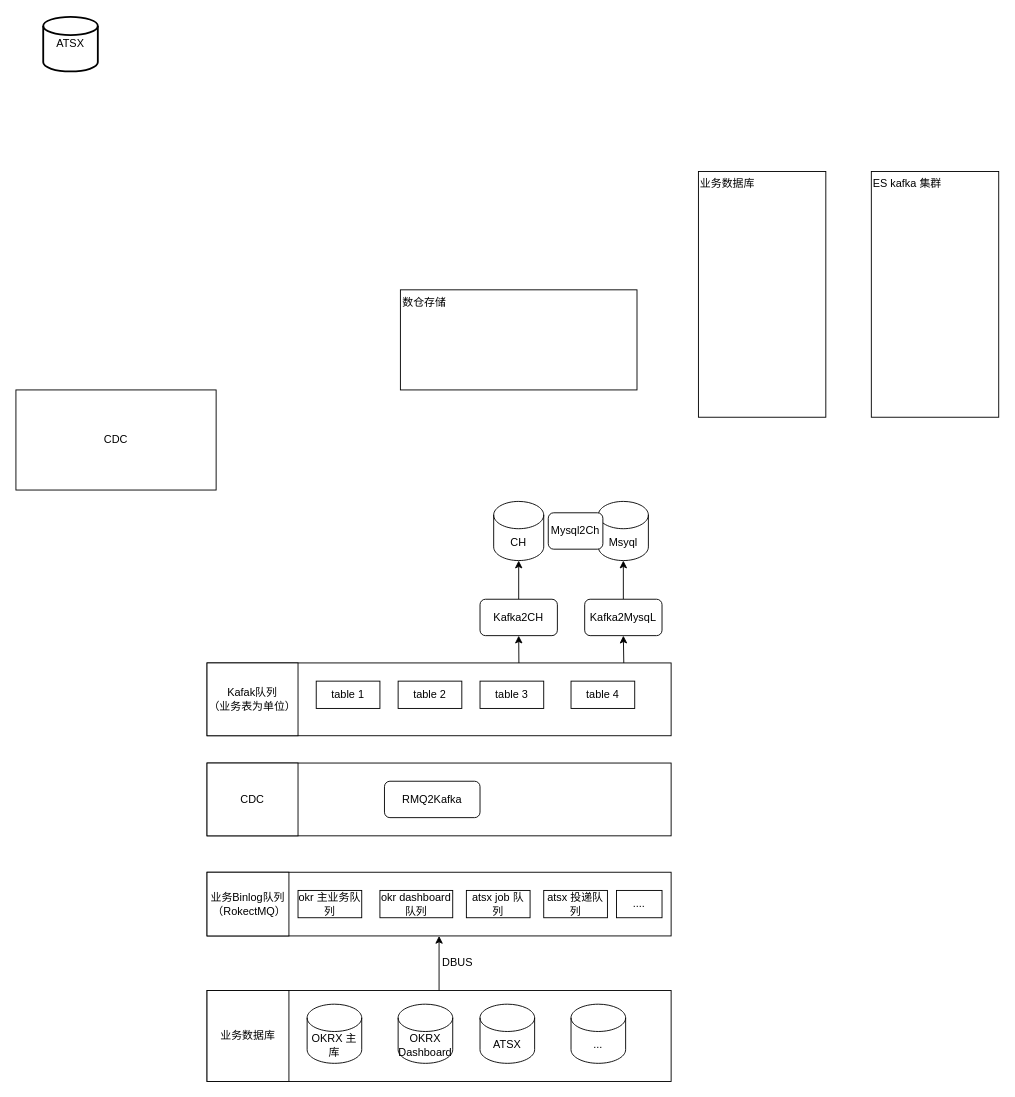
Before: okrx/Untitled Diagram.drawio in cicelprg/drawio, a draw.io diagram. Source tidied: cells renumbered, new cells numbered last; positions are measured from the earlier drawing's top-left corner, leaving out a move shared by most shapes. Both pictures are drawn from the tidied source at 91%, with x=0, y=0 at pixel (15, 16).
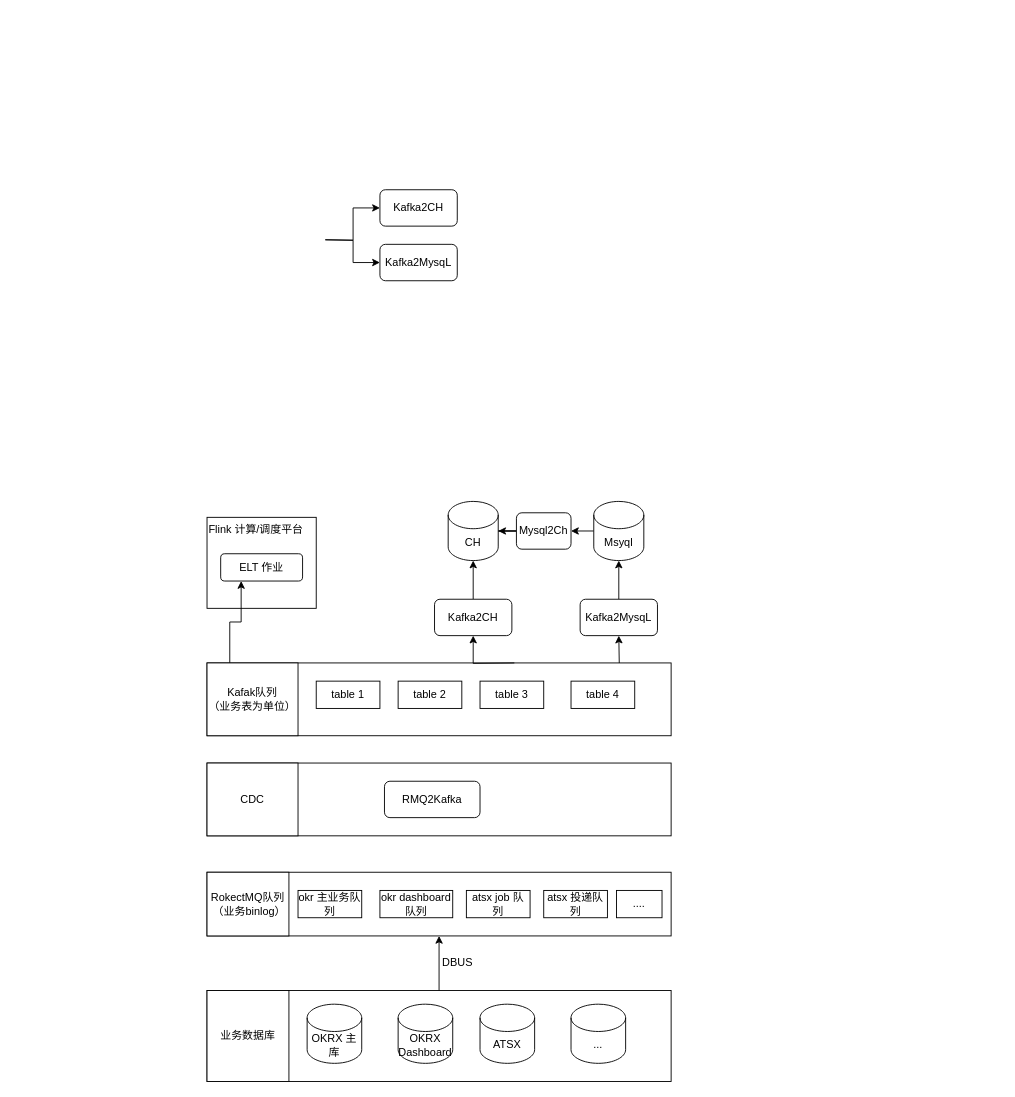
The same page after the edit.

The change refers to these unchanged cells:
```xml
<mxCell id="24" style="rounded=0;whiteSpace=wrap;html=1;strokeWidth=1;fillColor=none;align=left;" parent="1" vertex="1">
  <mxGeometry x="210" y="710" width="510" height="80" as="geometry" />
</mxCell>
<mxCell id="25" value="Kafak队列&lt;br&gt;（业务表为单位）" style="whiteSpace=wrap;html=1;strokeWidth=1;align=center;" parent="1" vertex="1">
  <mxGeometry x="210" y="710" width="100" height="80" as="geometry" />
</mxCell>
```

Diff of the diagram source:
```diff
@@
-    <mxCell id="2" value="业务数据库" style="whiteSpace=wrap;html=1;imageAspect=0;fillColor=none;verticalAlign=top;align=left;" parent="1" vertex="1">
-      <mxGeometry x="750" y="170" width="140" height="270" as="geometry" />
-    </mxCell>
-    <mxCell id="3" value="ATSX" style="strokeWidth=2;html=1;shape=mxgraph.flowchart.database;whiteSpace=wrap;fillColor=none;align=center;" parent="1" vertex="1">
-      <mxGeometry x="30" width="60" height="60" as="geometry" />
-    </mxCell>
-    <mxCell id="4" value="ES kafka 集群" style="whiteSpace=wrap;html=1;imageAspect=0;fillColor=none;verticalAlign=top;align=left;" parent="1" vertex="1">
-      <mxGeometry x="940" y="170" width="140" height="270" as="geometry" />
-    </mxCell>
@@
-    <mxCell id="10" value="业务Binlog队列&lt;br&gt;&amp;nbsp;（RokectMQ）" style="whiteSpace=wrap;html=1;strokeWidth=1;align=center;" parent="1" vertex="1">
+    <mxCell id="10" value="RokectMQ队列&lt;br&gt;&amp;nbsp;（业务binlog）" style="whiteSpace=wrap;html=1;strokeWidth=1;align=center;" parent="1" vertex="1">
       <mxGeometry x="210" y="940" width="90" height="70" as="geometry" />
     </mxCell>
@@
-    <mxCell id="23" style="edgeStyle=orthogonalEdgeStyle;rounded=0;jettySize=auto;html=1;exitX=0.898;exitY=0;exitDx=0;exitDy=0;entryX=0.5;entryY=1;entryDx=0;entryDy=0;strokeWidth=1;exitPerimeter=0;" parent="1" edge="1" source="24" target="38">
-      <mxGeometry relative="1" as="geometry" />
+    <mxCell id="23" style="edgeStyle=orthogonalEdgeStyle;rounded=0;jettySize=auto;html=1;exitX=0.898;exitY=0;exitDx=0;exitDy=0;entryX=0.5;entryY=1;entryDx=0;entryDy=0;strokeWidth=1;exitPerimeter=0;" parent="1" edge="1" target="38">
+      <mxGeometry relative="1" as="geometry">
+        <mxPoint x="663" y="710" as="sourcePoint" />
+      </mxGeometry>
     </mxCell>
@@
+    <mxCell id="40" style="edgeStyle=orthogonalEdgeStyle;rounded=0;jettySize=auto;html=1;exitX=0.25;exitY=0;exitDx=0;exitDy=0;entryX=0.25;entryY=1;entryDx=0;entryDy=0;strokeWidth=1;" parent="1" edge="1" source="25" target="43">
+      <mxGeometry relative="1" as="geometry" />
+    </mxCell>
@@
-    <mxCell id="28" style="edgeStyle=orthogonalEdgeStyle;rounded=0;jettySize=auto;html=1;exitX=0.672;exitY=0;exitDx=0;exitDy=0;entryX=0.5;entryY=1;entryDx=0;entryDy=0;strokeWidth=1;exitPerimeter=0;" parent="1" edge="1" source="24" target="36">
-      <mxGeometry relative="1" as="geometry" />
+    <mxCell id="28" style="edgeStyle=orthogonalEdgeStyle;rounded=0;jettySize=auto;html=1;exitX=0.672;exitY=0;exitDx=0;exitDy=0;entryX=0.5;entryY=1;entryDx=0;entryDy=0;strokeWidth=1;exitPerimeter=0;" parent="1" edge="1" target="36">
+      <mxGeometry relative="1" as="geometry">
+        <mxPoint x="547.7" y="710" as="sourcePoint" />
+      </mxGeometry>
     </mxCell>
@@
     <mxCell id="31" value="CH" style="shape=cylinder3;whiteSpace=wrap;html=1;boundedLbl=1;backgroundOutline=1;size=15;strokeWidth=1;fillColor=#ffffff;align=center;" parent="1" vertex="1">
-      <mxGeometry x="525" y="532.5" width="55" height="65" as="geometry" />
+      <mxGeometry x="475" y="532.5" width="55" height="65" as="geometry" />
     </mxCell>
+    <mxCell id="41" style="edgeStyle=orthogonalEdgeStyle;rounded=0;jettySize=auto;html=1;exitX=0;exitY=0.5;exitDx=0;exitDy=0;exitPerimeter=0;entryX=1;entryY=0.5;entryDx=0;entryDy=0;strokeWidth=1;" parent="1" edge="1" source="32" target="39">
+      <mxGeometry relative="1" as="geometry" />
+    </mxCell>
     <mxCell id="32" value="Msyql" style="shape=cylinder3;whiteSpace=wrap;html=1;boundedLbl=1;backgroundOutline=1;size=15;strokeWidth=1;fillColor=#ffffff;align=center;" parent="1" vertex="1">
-      <mxGeometry x="640" y="532.5" width="55" height="65" as="geometry" />
+      <mxGeometry x="635" y="532.5" width="55" height="65" as="geometry" />
     </mxCell>
-    <mxCell id="33" value="数仓存储" style="rounded=0;whiteSpace=wrap;html=1;strokeWidth=1;align=left;fillColor=none;verticalAlign=top;" parent="1" vertex="1">
-      <mxGeometry x="422.5" y="300" width="260" height="110" as="geometry" />
+    <mxCell id="33" value="Flink 计算/调度平台" style="rounded=0;whiteSpace=wrap;html=1;strokeWidth=1;align=left;fillColor=none;verticalAlign=top;" parent="1" vertex="1">
+      <mxGeometry x="210" y="550" width="120" height="100" as="geometry" />
     </mxCell>
-    <mxCell id="34" value="CDC" style="whiteSpace=wrap;html=1;strokeWidth=1;align=center;" parent="1" vertex="1">
-      <mxGeometry y="410" width="220" height="110" as="geometry" />
-    </mxCell>
@@
     <mxCell id="36" value="Kafka2CH" style="rounded=1;whiteSpace=wrap;html=1;strokeWidth=1;fillColor=#ffffff;align=center;" parent="1" vertex="1">
-      <mxGeometry x="510" y="640" width="85" height="40" as="geometry" />
+      <mxGeometry x="460" y="640" width="85" height="40" as="geometry" />
     </mxCell>
@@
     <mxCell id="38" value="Kafka2MysqL" style="rounded=1;whiteSpace=wrap;html=1;strokeWidth=1;fillColor=#ffffff;align=center;" parent="1" vertex="1">
-      <mxGeometry x="625" y="640" width="85" height="40" as="geometry" />
+      <mxGeometry x="620" y="640" width="85" height="40" as="geometry" />
     </mxCell>
+    <mxCell id="42" style="edgeStyle=orthogonalEdgeStyle;rounded=0;jettySize=auto;html=1;exitX=0;exitY=0.5;exitDx=0;exitDy=0;strokeWidth=1;" parent="1" edge="1" source="39" target="31">
+      <mxGeometry relative="1" as="geometry" />
+    </mxCell>
     <mxCell id="39" value="Mysql2Ch" style="rounded=1;whiteSpace=wrap;html=1;strokeWidth=1;fillColor=#ffffff;align=center;" parent="1" vertex="1">
-      <mxGeometry x="585" y="545" width="60" height="40" as="geometry" />
+      <mxGeometry x="550" y="545" width="60" height="40" as="geometry" />
     </mxCell>
+    <mxCell id="43" value="ELT 作业" style="rounded=1;whiteSpace=wrap;html=1;strokeWidth=1;fillColor=none;align=center;" parent="1" vertex="1">
+      <mxGeometry x="225" y="590" width="90" height="30" as="geometry" />
+    </mxCell>
+    <mxCell id="44" style="edgeStyle=orthogonalEdgeStyle;rounded=0;jettySize=auto;html=1;exitX=1;exitY=0.5;exitDx=0;exitDy=0;entryX=0;entryY=0.5;entryDx=0;entryDy=0;strokeWidth=1;" parent="1" edge="1" target="46">
+      <mxGeometry relative="1" as="geometry">
+        <mxPoint x="340" y="245" as="sourcePoint" />
+      </mxGeometry>
+    </mxCell>
+    <mxCell id="45" style="edgeStyle=orthogonalEdgeStyle;rounded=0;jettySize=auto;html=1;exitX=1;exitY=0.5;exitDx=0;exitDy=0;entryX=0;entryY=0.5;entryDx=0;entryDy=0;strokeWidth=1;" parent="1" edge="1" target="47">
+      <mxGeometry relative="1" as="geometry">
+        <mxPoint x="340" y="245" as="sourcePoint" />
+      </mxGeometry>
+    </mxCell>
+    <mxCell id="46" value="Kafka2CH" style="rounded=1;whiteSpace=wrap;html=1;strokeWidth=1;fillColor=#ffffff;align=center;" parent="1" vertex="1">
+      <mxGeometry x="400" y="190" width="85" height="40" as="geometry" />
+    </mxCell>
+    <mxCell id="47" value="Kafka2MysqL" style="rounded=1;whiteSpace=wrap;html=1;strokeWidth=1;fillColor=#ffffff;align=center;" parent="1" vertex="1">
+      <mxGeometry x="400" y="250" width="85" height="40" as="geometry" />
+    </mxCell>
```
